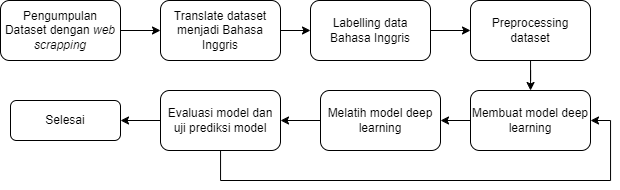
Before: Data Gambar/Tahapan Penelitian.png, a diagram exported from draw.io (adrianuscharlie/ML-hate-speech-detection). Source tidied: cells renumbered, new cells last; positions are measured from the earlier drawing's top-left corner, leaving out a move shared by most shapes. Its diagram source:
```xml
<mxGraphModel>
  <root>
    <mxCell id="0" />
    <mxCell id="1" parent="0" />
    <mxCell id="2" style="edgeStyle=orthogonalEdgeStyle;rounded=0;jettySize=auto;html=1;" parent="1" edge="1" source="3" target="5">
      <mxGeometry relative="1" as="geometry" />
    </mxCell>
    <mxCell id="3" value="Pengumpulan Dataset dengan &lt;i&gt;web scrapping&lt;br&gt;&lt;/i&gt;" style="rounded=1;whiteSpace=wrap;html=1;" parent="1" vertex="1">
      <mxGeometry width="120" height="60" as="geometry" />
    </mxCell>
    <mxCell id="4" style="edgeStyle=orthogonalEdgeStyle;rounded=0;jettySize=auto;html=1;entryX=0;entryY=0.5;entryDx=0;entryDy=0;" parent="1" edge="1" source="5" target="7">
      <mxGeometry relative="1" as="geometry" />
    </mxCell>
    <mxCell id="5" value="Translate dataset menjadi Bahasa Inggris" style="rounded=1;whiteSpace=wrap;html=1;" parent="1" vertex="1">
      <mxGeometry x="160" width="120" height="60" as="geometry" />
    </mxCell>
    <mxCell id="6" style="edgeStyle=orthogonalEdgeStyle;rounded=0;jettySize=auto;html=1;" parent="1" edge="1" source="7" target="9">
      <mxGeometry relative="1" as="geometry" />
    </mxCell>
    <mxCell id="7" value="Labelling data Bahasa Inggris" style="rounded=1;whiteSpace=wrap;html=1;" parent="1" vertex="1">
      <mxGeometry x="310" width="120" height="60" as="geometry" />
    </mxCell>
    <mxCell id="8" style="edgeStyle=orthogonalEdgeStyle;rounded=0;jettySize=auto;html=1;" parent="1" edge="1" source="9" target="11">
      <mxGeometry relative="1" as="geometry" />
    </mxCell>
    <mxCell id="9" value="Preprocessing dataset" style="rounded=1;whiteSpace=wrap;html=1;" parent="1" vertex="1">
      <mxGeometry x="470" width="120" height="60" as="geometry" />
    </mxCell>
    <mxCell id="10" style="edgeStyle=orthogonalEdgeStyle;rounded=0;jettySize=auto;html=1;entryX=1;entryY=0.5;entryDx=0;entryDy=0;" parent="1" edge="1" source="11" target="13">
      <mxGeometry relative="1" as="geometry" />
    </mxCell>
    <mxCell id="11" value="Membuat model deep learning" style="rounded=1;whiteSpace=wrap;html=1;" parent="1" vertex="1">
      <mxGeometry x="470" y="90" width="120" height="60" as="geometry" />
    </mxCell>
    <mxCell id="12" style="edgeStyle=orthogonalEdgeStyle;rounded=0;jettySize=auto;html=1;" parent="1" edge="1" source="13" target="16">
      <mxGeometry relative="1" as="geometry" />
    </mxCell>
    <mxCell id="13" value="Melatih model deep learning" style="rounded=1;whiteSpace=wrap;html=1;" parent="1" vertex="1">
      <mxGeometry x="320" y="90" width="120" height="60" as="geometry" />
    </mxCell>
    <mxCell id="14" style="edgeStyle=orthogonalEdgeStyle;rounded=0;jettySize=auto;html=1;entryX=1;entryY=0.5;entryDx=0;entryDy=0;" parent="1" edge="1" source="16" target="17">
      <mxGeometry relative="1" as="geometry" />
    </mxCell>
    <mxCell id="15" style="edgeStyle=orthogonalEdgeStyle;rounded=0;jettySize=auto;html=1;entryX=1;entryY=0.5;entryDx=0;entryDy=0;" parent="1" edge="1" source="16" target="11">
      <mxGeometry relative="1" as="geometry">
        <Array as="points">
          <mxPoint x="220" y="180" />
          <mxPoint x="610" y="180" />
          <mxPoint x="610" y="120" />
        </Array>
      </mxGeometry>
    </mxCell>
    <mxCell id="16" value="Evaluasi model dan uji prediksi model" style="rounded=1;whiteSpace=wrap;html=1;" parent="1" vertex="1">
      <mxGeometry x="160" y="90" width="120" height="60" as="geometry" />
    </mxCell>
    <mxCell id="17" value="Selesai" style="rounded=1;whiteSpace=wrap;html=1;" parent="1" vertex="1">
      <mxGeometry x="10" y="100" width="110" height="40" as="geometry" />
    </mxCell>
  </root>
</mxGraphModel>
```
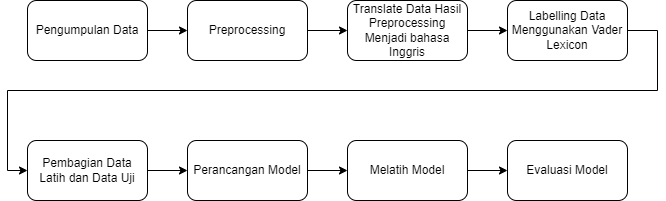
Above is the later version.

The edit, as a diff of the source:
```diff
@@ -2,59 +2,57 @@
   <root>
     <mxCell id="0" />
     <mxCell id="1" parent="0" />
-    <mxCell id="2" style="edgeStyle=orthogonalEdgeStyle;rounded=0;jettySize=auto;html=1;" parent="1" edge="1" source="3" target="5">
-      <mxGeometry relative="1" as="geometry" />
-    </mxCell>
-    <mxCell id="3" value="Pengumpulan Dataset dengan &lt;i&gt;web scrapping&lt;br&gt;&lt;/i&gt;" style="rounded=1;whiteSpace=wrap;html=1;" parent="1" vertex="1">
-      <mxGeometry width="120" height="60" as="geometry" />
-    </mxCell>
-    <mxCell id="4" style="edgeStyle=orthogonalEdgeStyle;rounded=0;jettySize=auto;html=1;entryX=0;entryY=0.5;entryDx=0;entryDy=0;" parent="1" edge="1" source="5" target="7">
-      <mxGeometry relative="1" as="geometry" />
-    </mxCell>
-    <mxCell id="5" value="Translate dataset menjadi Bahasa Inggris" style="rounded=1;whiteSpace=wrap;html=1;" parent="1" vertex="1">
-      <mxGeometry x="160" width="120" height="60" as="geometry" />
-    </mxCell>
-    <mxCell id="6" style="edgeStyle=orthogonalEdgeStyle;rounded=0;jettySize=auto;html=1;" parent="1" edge="1" source="7" target="9">
-      <mxGeometry relative="1" as="geometry" />
-    </mxCell>
-    <mxCell id="7" value="Labelling data Bahasa Inggris" style="rounded=1;whiteSpace=wrap;html=1;" parent="1" vertex="1">
-      <mxGeometry x="310" width="120" height="60" as="geometry" />
-    </mxCell>
-    <mxCell id="8" style="edgeStyle=orthogonalEdgeStyle;rounded=0;jettySize=auto;html=1;" parent="1" edge="1" source="9" target="11">
-      <mxGeometry relative="1" as="geometry" />
-    </mxCell>
-    <mxCell id="9" value="Preprocessing dataset" style="rounded=1;whiteSpace=wrap;html=1;" parent="1" vertex="1">
-      <mxGeometry x="470" width="120" height="60" as="geometry" />
-    </mxCell>
-    <mxCell id="10" style="edgeStyle=orthogonalEdgeStyle;rounded=0;jettySize=auto;html=1;entryX=1;entryY=0.5;entryDx=0;entryDy=0;" parent="1" edge="1" source="11" target="13">
-      <mxGeometry relative="1" as="geometry" />
-    </mxCell>
-    <mxCell id="11" value="Membuat model deep learning" style="rounded=1;whiteSpace=wrap;html=1;" parent="1" vertex="1">
-      <mxGeometry x="470" y="90" width="120" height="60" as="geometry" />
-    </mxCell>
-    <mxCell id="12" style="edgeStyle=orthogonalEdgeStyle;rounded=0;jettySize=auto;html=1;" parent="1" edge="1" source="13" target="16">
-      <mxGeometry relative="1" as="geometry" />
-    </mxCell>
-    <mxCell id="13" value="Melatih model deep learning" style="rounded=1;whiteSpace=wrap;html=1;" parent="1" vertex="1">
-      <mxGeometry x="320" y="90" width="120" height="60" as="geometry" />
-    </mxCell>
-    <mxCell id="14" style="edgeStyle=orthogonalEdgeStyle;rounded=0;jettySize=auto;html=1;entryX=1;entryY=0.5;entryDx=0;entryDy=0;" parent="1" edge="1" source="16" target="17">
-      <mxGeometry relative="1" as="geometry" />
-    </mxCell>
-    <mxCell id="15" style="edgeStyle=orthogonalEdgeStyle;rounded=0;jettySize=auto;html=1;entryX=1;entryY=0.5;entryDx=0;entryDy=0;" parent="1" edge="1" source="16" target="11">
-      <mxGeometry relative="1" as="geometry">
-        <Array as="points">
-          <mxPoint x="220" y="180" />
-          <mxPoint x="610" y="180" />
-          <mxPoint x="610" y="120" />
-        </Array>
-      </mxGeometry>
-    </mxCell>
-    <mxCell id="16" value="Evaluasi model dan uji prediksi model" style="rounded=1;whiteSpace=wrap;html=1;" parent="1" vertex="1">
-      <mxGeometry x="160" y="90" width="120" height="60" as="geometry" />
-    </mxCell>
-    <mxCell id="17" value="Selesai" style="rounded=1;whiteSpace=wrap;html=1;" parent="1" vertex="1">
-      <mxGeometry x="10" y="100" width="110" height="40" as="geometry" />
-    </mxCell>
+    <mxCell id="18" style="edgeStyle=orthogonalEdgeStyle;rounded=0;jettySize=auto;html=1;entryX=0;entryY=0.5;entryDx=0;entryDy=0;" parent="1" edge="1" source="19" target="21">
+      <mxGeometry relative="1" as="geometry" />
+    </mxCell>
+    <mxCell id="19" value="Pengumpulan Data" style="rounded=1;whiteSpace=wrap;html=1;" parent="1" vertex="1">
+      <mxGeometry x="64" y="-10" width="120" height="60" as="geometry" />
+    </mxCell>
+    <mxCell id="20" style="edgeStyle=orthogonalEdgeStyle;rounded=0;jettySize=auto;html=1;entryX=0;entryY=0.5;entryDx=0;entryDy=0;" parent="1" edge="1" source="21" target="23">
+      <mxGeometry relative="1" as="geometry" />
+    </mxCell>
+    <mxCell id="21" value="Preprocessing" style="rounded=1;whiteSpace=wrap;html=1;" parent="1" vertex="1">
+      <mxGeometry x="224" y="-10" width="120" height="60" as="geometry" />
+    </mxCell>
+    <mxCell id="22" style="edgeStyle=orthogonalEdgeStyle;rounded=0;jettySize=auto;html=1;" parent="1" edge="1" source="23" target="25">
+      <mxGeometry relative="1" as="geometry" />
+    </mxCell>
+    <mxCell id="23" value="Translate Data Hasil Preprocessing Menjadi bahasa Inggris" style="rounded=1;whiteSpace=wrap;html=1;" parent="1" vertex="1">
+      <mxGeometry x="384" y="-10" width="120" height="60" as="geometry" />
+    </mxCell>
+    <mxCell id="24" style="edgeStyle=orthogonalEdgeStyle;rounded=0;jettySize=auto;html=1;entryX=0;entryY=0.5;entryDx=0;entryDy=0;exitX=1;exitY=0.5;exitDx=0;exitDy=0;" parent="1" edge="1" source="25" target="27">
+      <mxGeometry relative="1" as="geometry">
+        <Array as="points">
+          <mxPoint x="694" y="20" />
+          <mxPoint x="694" y="80" />
+          <mxPoint x="44" y="80" />
+          <mxPoint x="44" y="160" />
+        </Array>
+      </mxGeometry>
+    </mxCell>
+    <mxCell id="25" value="Labelling Data Menggunakan Vader Lexicon" style="rounded=1;whiteSpace=wrap;html=1;" parent="1" vertex="1">
+      <mxGeometry x="544" y="-10" width="120" height="60" as="geometry" />
+    </mxCell>
+    <mxCell id="26" style="edgeStyle=orthogonalEdgeStyle;rounded=0;jettySize=auto;html=1;" parent="1" edge="1" source="27" target="29">
+      <mxGeometry relative="1" as="geometry" />
+    </mxCell>
+    <mxCell id="27" value="Pembagian Data Latih dan Data Uji" style="rounded=1;whiteSpace=wrap;html=1;" parent="1" vertex="1">
+      <mxGeometry x="64" y="130" width="120" height="60" as="geometry" />
+    </mxCell>
+    <mxCell id="28" style="edgeStyle=orthogonalEdgeStyle;rounded=0;jettySize=auto;html=1;entryX=0;entryY=0.5;entryDx=0;entryDy=0;" parent="1" edge="1" source="29" target="31">
+      <mxGeometry relative="1" as="geometry" />
+    </mxCell>
+    <mxCell id="29" value="Perancangan Model" style="rounded=1;whiteSpace=wrap;html=1;" parent="1" vertex="1">
+      <mxGeometry x="224" y="130" width="120" height="60" as="geometry" />
+    </mxCell>
+    <mxCell id="30" style="edgeStyle=orthogonalEdgeStyle;rounded=0;jettySize=auto;html=1;entryX=0;entryY=0.5;entryDx=0;entryDy=0;" parent="1" edge="1" source="31" target="32">
+      <mxGeometry relative="1" as="geometry" />
+    </mxCell>
+    <mxCell id="31" value="Melatih Model" style="rounded=1;whiteSpace=wrap;html=1;" parent="1" vertex="1">
+      <mxGeometry x="384" y="130" width="120" height="60" as="geometry" />
+    </mxCell>
+    <mxCell id="32" value="Evaluasi Model" style="rounded=1;whiteSpace=wrap;html=1;" parent="1" vertex="1">
+      <mxGeometry x="544" y="130" width="120" height="60" as="geometry" />
+    </mxCell>
   </root>
 </mxGraphModel>
```
